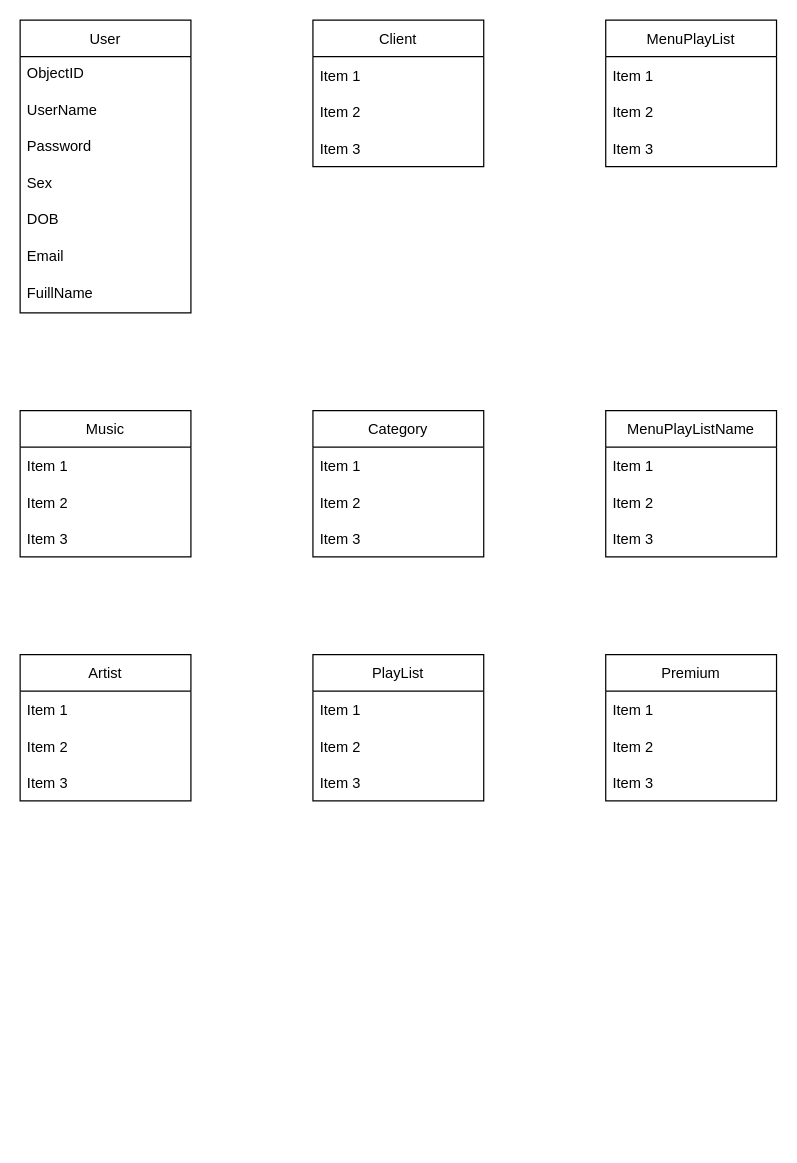
KenDZz1012/LKShop-NgonNguKichBan keeps this draw.io diagram as database.drawio. Above is the earlier version. Source tidied: cells renumbered, new cells numbered last; positions are measured from the earlier drawing's top-left corner, leaving out a move shared by most shapes. Both pictures are drawn from the tidied source at 122%, with x=0, y=0 at pixel (20, 20).
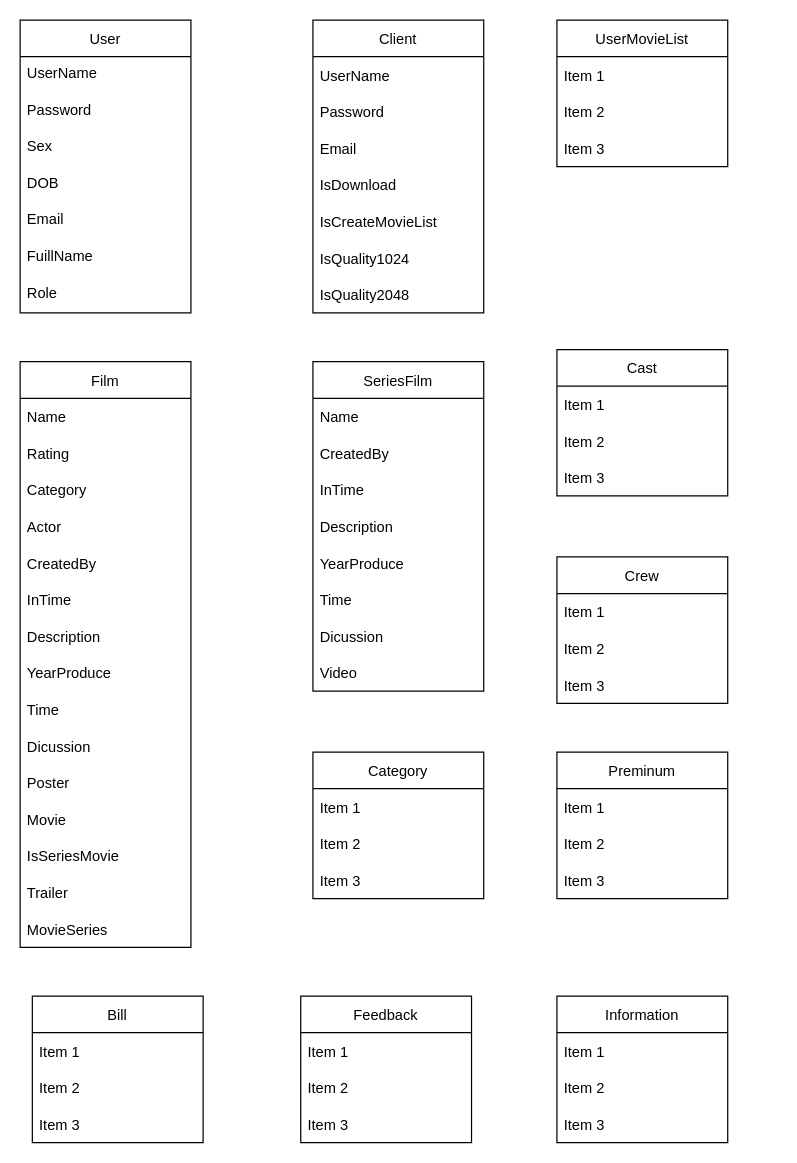
The same diagram, later.

The change refers to these unchanged cells:
```xml
<mxCell id="2" value="User" style="swimlane;fontStyle=0;horizontal=1;startSize=30;" parent="1" vertex="1">
  <mxGeometry width="140" height="240" as="geometry" />
</mxCell>
```

Change to the diagram source:
```diff
@@
-    <mxCell id="3" value="ObjectID" style="text;strokeColor=none;fillColor=none;align=left;verticalAlign=top;spacingLeft=4;spacingRight=4;overflow=hidden;" parent="2" vertex="1">
-      <mxGeometry y="30" width="140" height="30" as="geometry" />
-    </mxCell>
     <mxCell id="4" value="UserName" style="text;strokeColor=none;fillColor=none;align=left;verticalAlign=top;spacingLeft=4;spacingRight=4;overflow=hidden;" parent="2" vertex="1">
-      <mxGeometry y="60" width="140" height="30" as="geometry" />
+      <mxGeometry y="30" width="140" height="30" as="geometry" />
     </mxCell>
     <mxCell id="5" value="Password&#10;" style="text;strokeColor=none;fillColor=none;align=left;verticalAlign=top;spacingLeft=4;spacingRight=4;overflow=hidden;" parent="2" vertex="1">
-      <mxGeometry y="90" width="140" height="30" as="geometry" />
+      <mxGeometry y="60" width="140" height="30" as="geometry" />
     </mxCell>
     <mxCell id="6" value="Sex" style="text;strokeColor=none;fillColor=none;align=left;verticalAlign=top;spacingLeft=4;spacingRight=4;overflow=hidden;" parent="2" vertex="1">
-      <mxGeometry y="120" width="140" height="30" as="geometry" />
+      <mxGeometry y="90" width="140" height="30" as="geometry" />
     </mxCell>
     <mxCell id="7" value="DOB&#10;" style="text;strokeColor=none;fillColor=none;align=left;verticalAlign=top;spacingLeft=4;spacingRight=4;overflow=hidden;" parent="2" vertex="1">
-      <mxGeometry y="150" width="140" height="30" as="geometry" />
+      <mxGeometry y="120" width="140" height="30" as="geometry" />
     </mxCell>
     <mxCell id="8" value="Email&#10;" style="text;strokeColor=none;fillColor=none;align=left;verticalAlign=top;spacingLeft=4;spacingRight=4;overflow=hidden;" parent="2" vertex="1">
-      <mxGeometry y="180" width="140" height="30" as="geometry" />
+      <mxGeometry y="150" width="140" height="30" as="geometry" />
     </mxCell>
     <mxCell id="9" value="FuillName" style="text;strokeColor=none;fillColor=none;align=left;verticalAlign=top;spacingLeft=4;spacingRight=4;overflow=hidden;" parent="2" vertex="1">
-      <mxGeometry y="210" width="140" height="30" as="geometry" />
+      <mxGeometry y="180" width="140" height="30" as="geometry" />
     </mxCell>
+    <mxCell id="42" value="Role" style="text;strokeColor=none;fillColor=none;align=left;verticalAlign=top;spacingLeft=4;spacingRight=4;overflow=hidden;" parent="2" vertex="1">
+      <mxGeometry y="210" width="140" height="30" as="geometry" />
+    </mxCell>
-    <mxCell id="10" value="Music" style="swimlane;fontStyle=0;horizontal=1;startSize=30;" parent="1" vertex="1">
-      <mxGeometry y="320" width="140" height="120" as="geometry" />
+    <mxCell id="10" value="Film" style="swimlane;fontStyle=0;horizontal=1;startSize=30;" parent="1" vertex="1">
+      <mxGeometry y="280" width="140" height="480" as="geometry" />
     </mxCell>
-    <mxCell id="11" value="Item 1" style="text;strokeColor=none;fillColor=none;align=left;verticalAlign=middle;spacingLeft=4;spacingRight=4;overflow=hidden;" parent="10" vertex="1">
+    <mxCell id="11" value="Name" style="text;strokeColor=none;fillColor=none;align=left;verticalAlign=middle;spacingLeft=4;spacingRight=4;overflow=hidden;" parent="10" vertex="1">
       <mxGeometry y="30" width="140" height="30" as="geometry" />
     </mxCell>
-    <mxCell id="12" value="Item 2" style="text;strokeColor=none;fillColor=none;align=left;verticalAlign=middle;spacingLeft=4;spacingRight=4;overflow=hidden;" parent="10" vertex="1">
+    <mxCell id="12" value="Rating" style="text;strokeColor=none;fillColor=none;align=left;verticalAlign=middle;spacingLeft=4;spacingRight=4;overflow=hidden;" parent="10" vertex="1">
       <mxGeometry y="60" width="140" height="30" as="geometry" />
     </mxCell>
-    <mxCell id="13" value="Item 3" style="text;strokeColor=none;fillColor=none;align=left;verticalAlign=middle;spacingLeft=4;spacingRight=4;overflow=hidden;" parent="10" vertex="1">
+    <mxCell id="13" value="Category" style="text;strokeColor=none;fillColor=none;align=left;verticalAlign=middle;spacingLeft=4;spacingRight=4;overflow=hidden;" parent="10" vertex="1">
       <mxGeometry y="90" width="140" height="30" as="geometry" />
     </mxCell>
+    <mxCell id="43" value="Actor" style="text;strokeColor=none;fillColor=none;align=left;verticalAlign=middle;spacingLeft=4;spacingRight=4;overflow=hidden;" parent="10" vertex="1">
+      <mxGeometry y="120" width="140" height="30" as="geometry" />
+    </mxCell>
+    <mxCell id="44" value="CreatedBy" style="text;strokeColor=none;fillColor=none;align=left;verticalAlign=middle;spacingLeft=4;spacingRight=4;overflow=hidden;" parent="10" vertex="1">
+      <mxGeometry y="150" width="140" height="30" as="geometry" />
+    </mxCell>
+    <mxCell id="45" value="InTime" style="text;strokeColor=none;fillColor=none;align=left;verticalAlign=middle;spacingLeft=4;spacingRight=4;overflow=hidden;" parent="10" vertex="1">
+      <mxGeometry y="180" width="140" height="30" as="geometry" />
+    </mxCell>
+    <mxCell id="46" value="Description" style="text;strokeColor=none;fillColor=none;align=left;verticalAlign=middle;spacingLeft=4;spacingRight=4;overflow=hidden;" parent="10" vertex="1">
+      <mxGeometry y="210" width="140" height="30" as="geometry" />
+    </mxCell>
+    <mxCell id="47" value="YearProduce" style="text;strokeColor=none;fillColor=none;align=left;verticalAlign=middle;spacingLeft=4;spacingRight=4;overflow=hidden;" parent="10" vertex="1">
+      <mxGeometry y="240" width="140" height="30" as="geometry" />
+    </mxCell>
+    <mxCell id="48" value="Time" style="text;strokeColor=none;fillColor=none;align=left;verticalAlign=middle;spacingLeft=4;spacingRight=4;overflow=hidden;" parent="10" vertex="1">
+      <mxGeometry y="270" width="140" height="30" as="geometry" />
+    </mxCell>
+    <mxCell id="49" value="Dicussion" style="text;strokeColor=none;fillColor=none;align=left;verticalAlign=middle;spacingLeft=4;spacingRight=4;overflow=hidden;" parent="10" vertex="1">
+      <mxGeometry y="300" width="140" height="30" as="geometry" />
+    </mxCell>
+    <mxCell id="50" value="Poster" style="text;strokeColor=none;fillColor=none;align=left;verticalAlign=middle;spacingLeft=4;spacingRight=4;overflow=hidden;" parent="10" vertex="1">
+      <mxGeometry y="330" width="140" height="30" as="geometry" />
+    </mxCell>
+    <mxCell id="51" value="Movie" style="text;strokeColor=none;fillColor=none;align=left;verticalAlign=middle;spacingLeft=4;spacingRight=4;overflow=hidden;" parent="10" vertex="1">
+      <mxGeometry y="360" width="140" height="30" as="geometry" />
+    </mxCell>
+    <mxCell id="52" value="IsSeriesMovie" style="text;strokeColor=none;fillColor=none;align=left;verticalAlign=middle;spacingLeft=4;spacingRight=4;overflow=hidden;" parent="10" vertex="1">
+      <mxGeometry y="390" width="140" height="30" as="geometry" />
+    </mxCell>
+    <mxCell id="53" value="Trailer" style="text;strokeColor=none;fillColor=none;align=left;verticalAlign=middle;spacingLeft=4;spacingRight=4;overflow=hidden;" parent="10" vertex="1">
+      <mxGeometry y="420" width="140" height="30" as="geometry" />
+    </mxCell>
+    <mxCell id="54" value="MovieSeries" style="text;strokeColor=none;fillColor=none;align=left;verticalAlign=middle;spacingLeft=4;spacingRight=4;overflow=hidden;" parent="10" vertex="1">
+      <mxGeometry y="450" width="140" height="30" as="geometry" />
+    </mxCell>
-    <mxCell id="14" value="Artist" style="swimlane;fontStyle=0;horizontal=1;startSize=30;" parent="1" vertex="1">
-      <mxGeometry y="520" width="140" height="120" as="geometry" />
+    <mxCell id="14" value="Cast" style="swimlane;fontStyle=0;horizontal=1;startSize=30;" parent="1" vertex="1">
+      <mxGeometry x="440" y="270" width="140" height="120" as="geometry" />
     </mxCell>
@@
     <mxCell id="18" value="Client" style="swimlane;fontStyle=0;horizontal=1;startSize=30;" parent="1" vertex="1">
-      <mxGeometry x="240" width="140" height="120" as="geometry" />
+      <mxGeometry x="240" width="140" height="240" as="geometry" />
     </mxCell>
-    <mxCell id="19" value="Item 1" style="text;strokeColor=none;fillColor=none;align=left;verticalAlign=middle;spacingLeft=4;spacingRight=4;overflow=hidden;" parent="18" vertex="1">
+    <mxCell id="19" value="UserName" style="text;strokeColor=none;fillColor=none;align=left;verticalAlign=middle;spacingLeft=4;spacingRight=4;overflow=hidden;" parent="18" vertex="1">
       <mxGeometry y="30" width="140" height="30" as="geometry" />
     </mxCell>
-    <mxCell id="20" value="Item 2" style="text;strokeColor=none;fillColor=none;align=left;verticalAlign=middle;spacingLeft=4;spacingRight=4;overflow=hidden;" parent="18" vertex="1">
+    <mxCell id="20" value="Password" style="text;strokeColor=none;fillColor=none;align=left;verticalAlign=middle;spacingLeft=4;spacingRight=4;overflow=hidden;" parent="18" vertex="1">
       <mxGeometry y="60" width="140" height="30" as="geometry" />
     </mxCell>
-    <mxCell id="21" value="Item 3" style="text;strokeColor=none;fillColor=none;align=left;verticalAlign=middle;spacingLeft=4;spacingRight=4;overflow=hidden;" parent="18" vertex="1">
+    <mxCell id="21" value="Email" style="text;strokeColor=none;fillColor=none;align=left;verticalAlign=middle;spacingLeft=4;spacingRight=4;overflow=hidden;" parent="18" vertex="1">
       <mxGeometry y="90" width="140" height="30" as="geometry" />
     </mxCell>
+    <mxCell id="55" value="IsDownload" style="text;strokeColor=none;fillColor=none;align=left;verticalAlign=middle;spacingLeft=4;spacingRight=4;overflow=hidden;" parent="18" vertex="1">
+      <mxGeometry y="120" width="140" height="30" as="geometry" />
+    </mxCell>
+    <mxCell id="56" value="IsCreateMovieList" style="text;strokeColor=none;fillColor=none;align=left;verticalAlign=middle;spacingLeft=4;spacingRight=4;overflow=hidden;" parent="18" vertex="1">
+      <mxGeometry y="150" width="140" height="30" as="geometry" />
+    </mxCell>
+    <mxCell id="57" value="IsQuality1024" style="text;strokeColor=none;fillColor=none;align=left;verticalAlign=middle;spacingLeft=4;spacingRight=4;overflow=hidden;" parent="18" vertex="1">
+      <mxGeometry y="180" width="140" height="30" as="geometry" />
+    </mxCell>
+    <mxCell id="58" value="IsQuality2048" style="text;strokeColor=none;fillColor=none;align=left;verticalAlign=middle;spacingLeft=4;spacingRight=4;overflow=hidden;" parent="18" vertex="1">
+      <mxGeometry y="210" width="140" height="30" as="geometry" />
+    </mxCell>
     <mxCell id="22" value="Category" style="swimlane;fontStyle=0;horizontal=1;startSize=30;" parent="1" vertex="1">
-      <mxGeometry x="240" y="320" width="140" height="120" as="geometry" />
+      <mxGeometry x="240" y="600" width="140" height="120" as="geometry" />
     </mxCell>
@@
-    <mxCell id="26" value="PlayList" style="swimlane;fontStyle=0;horizontal=1;startSize=30;" parent="1" vertex="1">
-      <mxGeometry x="240" y="520" width="140" height="120" as="geometry" />
+    <mxCell id="26" value="UserMovieList" style="swimlane;fontStyle=0;horizontal=1;startSize=30;" parent="1" vertex="1">
+      <mxGeometry x="440" width="140" height="120" as="geometry" />
     </mxCell>
@@
-    <mxCell id="30" value="MenuPlayList" style="swimlane;fontStyle=0;horizontal=1;startSize=30;" parent="1" vertex="1">
-      <mxGeometry x="480" width="140" height="120" as="geometry" />
-    </mxCell>
-    <mxCell id="31" value="Item 1" style="text;strokeColor=none;fillColor=none;align=left;verticalAlign=middle;spacingLeft=4;spacingRight=4;overflow=hidden;" parent="30" vertex="1">
-      <mxGeometry y="30" width="140" height="30" as="geometry" />
-    </mxCell>
-    <mxCell id="32" value="Item 2" style="text;strokeColor=none;fillColor=none;align=left;verticalAlign=middle;spacingLeft=4;spacingRight=4;overflow=hidden;" parent="30" vertex="1">
-      <mxGeometry y="60" width="140" height="30" as="geometry" />
-    </mxCell>
-    <mxCell id="33" value="Item 3" style="text;strokeColor=none;fillColor=none;align=left;verticalAlign=middle;spacingLeft=4;spacingRight=4;overflow=hidden;" parent="30" vertex="1">
-      <mxGeometry y="90" width="140" height="30" as="geometry" />
-    </mxCell>
-    <mxCell id="34" value="MenuPlayListName" style="swimlane;fontStyle=0;horizontal=1;startSize=30;" parent="1" vertex="1">
-      <mxGeometry x="480" y="320" width="140" height="120" as="geometry" />
-    </mxCell>
-    <mxCell id="35" value="Item 1" style="text;strokeColor=none;fillColor=none;align=left;verticalAlign=middle;spacingLeft=4;spacingRight=4;overflow=hidden;" parent="34" vertex="1">
-      <mxGeometry y="30" width="140" height="30" as="geometry" />
-    </mxCell>
-    <mxCell id="36" value="Item 2" style="text;strokeColor=none;fillColor=none;align=left;verticalAlign=middle;spacingLeft=4;spacingRight=4;overflow=hidden;" parent="34" vertex="1">
-      <mxGeometry y="60" width="140" height="30" as="geometry" />
-    </mxCell>
-    <mxCell id="37" value="Item 3" style="text;strokeColor=none;fillColor=none;align=left;verticalAlign=middle;spacingLeft=4;spacingRight=4;overflow=hidden;" parent="34" vertex="1">
-      <mxGeometry y="90" width="140" height="30" as="geometry" />
-    </mxCell>
-    <mxCell id="38" value="Premium" style="swimlane;fontStyle=0;horizontal=1;startSize=30;" parent="1" vertex="1">
-      <mxGeometry x="480" y="520" width="140" height="120" as="geometry" />
+    <mxCell id="38" value="Preminum" style="swimlane;fontStyle=0;horizontal=1;startSize=30;" parent="1" vertex="1">
+      <mxGeometry x="440" y="600" width="140" height="120" as="geometry" />
     </mxCell>
@@
+    <mxCell id="59" value="Bill" style="swimlane;fontStyle=0;horizontal=1;startSize=30;" parent="1" vertex="1">
+      <mxGeometry x="10" y="800" width="140" height="120" as="geometry" />
+    </mxCell>
+    <mxCell id="60" value="Item 1" style="text;strokeColor=none;fillColor=none;align=left;verticalAlign=middle;spacingLeft=4;spacingRight=4;overflow=hidden;" parent="59" vertex="1">
+      <mxGeometry y="30" width="140" height="30" as="geometry" />
+    </mxCell>
+    <mxCell id="61" value="Item 2" style="text;strokeColor=none;fillColor=none;align=left;verticalAlign=middle;spacingLeft=4;spacingRight=4;overflow=hidden;" parent="59" vertex="1">
+      <mxGeometry y="60" width="140" height="30" as="geometry" />
+    </mxCell>
+    <mxCell id="62" value="Item 3" style="text;strokeColor=none;fillColor=none;align=left;verticalAlign=middle;spacingLeft=4;spacingRight=4;overflow=hidden;" parent="59" vertex="1">
+      <mxGeometry y="90" width="140" height="30" as="geometry" />
+    </mxCell>
+    <mxCell id="63" value="Feedback" style="swimlane;fontStyle=0;horizontal=1;startSize=30;" parent="1" vertex="1">
+      <mxGeometry x="230" y="800" width="140" height="120" as="geometry" />
+    </mxCell>
+    <mxCell id="64" value="Item 1" style="text;strokeColor=none;fillColor=none;align=left;verticalAlign=middle;spacingLeft=4;spacingRight=4;overflow=hidden;" parent="63" vertex="1">
+      <mxGeometry y="30" width="140" height="30" as="geometry" />
+    </mxCell>
+    <mxCell id="65" value="Item 2" style="text;strokeColor=none;fillColor=none;align=left;verticalAlign=middle;spacingLeft=4;spacingRight=4;overflow=hidden;" parent="63" vertex="1">
+      <mxGeometry y="60" width="140" height="30" as="geometry" />
+    </mxCell>
+    <mxCell id="66" value="Item 3" style="text;strokeColor=none;fillColor=none;align=left;verticalAlign=middle;spacingLeft=4;spacingRight=4;overflow=hidden;" parent="63" vertex="1">
+      <mxGeometry y="90" width="140" height="30" as="geometry" />
+    </mxCell>
+    <mxCell id="67" value="Crew" style="swimlane;fontStyle=0;horizontal=1;startSize=30;" parent="1" vertex="1">
+      <mxGeometry x="440" y="440" width="140" height="120" as="geometry" />
+    </mxCell>
+    <mxCell id="68" value="Item 1" style="text;strokeColor=none;fillColor=none;align=left;verticalAlign=middle;spacingLeft=4;spacingRight=4;overflow=hidden;" parent="67" vertex="1">
+      <mxGeometry y="30" width="140" height="30" as="geometry" />
+    </mxCell>
+    <mxCell id="69" value="Item 2" style="text;strokeColor=none;fillColor=none;align=left;verticalAlign=middle;spacingLeft=4;spacingRight=4;overflow=hidden;" parent="67" vertex="1">
+      <mxGeometry y="60" width="140" height="30" as="geometry" />
+    </mxCell>
+    <mxCell id="70" value="Item 3" style="text;strokeColor=none;fillColor=none;align=left;verticalAlign=middle;spacingLeft=4;spacingRight=4;overflow=hidden;" parent="67" vertex="1">
+      <mxGeometry y="90" width="140" height="30" as="geometry" />
+    </mxCell>
+    <mxCell id="71" value="SeriesFilm" style="swimlane;fontStyle=0;horizontal=1;startSize=30;" parent="1" vertex="1">
+      <mxGeometry x="240" y="280" width="140" height="270" as="geometry" />
+    </mxCell>
+    <mxCell id="72" value="Name" style="text;strokeColor=none;fillColor=none;align=left;verticalAlign=middle;spacingLeft=4;spacingRight=4;overflow=hidden;" parent="71" vertex="1">
+      <mxGeometry y="30" width="140" height="30" as="geometry" />
+    </mxCell>
+    <mxCell id="73" value="CreatedBy" style="text;strokeColor=none;fillColor=none;align=left;verticalAlign=middle;spacingLeft=4;spacingRight=4;overflow=hidden;" parent="71" vertex="1">
+      <mxGeometry y="60" width="140" height="30" as="geometry" />
+    </mxCell>
+    <mxCell id="74" value="InTime" style="text;strokeColor=none;fillColor=none;align=left;verticalAlign=middle;spacingLeft=4;spacingRight=4;overflow=hidden;" parent="71" vertex="1">
+      <mxGeometry y="90" width="140" height="30" as="geometry" />
+    </mxCell>
+    <mxCell id="75" value="Description" style="text;strokeColor=none;fillColor=none;align=left;verticalAlign=middle;spacingLeft=4;spacingRight=4;overflow=hidden;" parent="71" vertex="1">
+      <mxGeometry y="120" width="140" height="30" as="geometry" />
+    </mxCell>
+    <mxCell id="76" value="YearProduce" style="text;strokeColor=none;fillColor=none;align=left;verticalAlign=middle;spacingLeft=4;spacingRight=4;overflow=hidden;" parent="71" vertex="1">
+      <mxGeometry y="150" width="140" height="30" as="geometry" />
+    </mxCell>
+    <mxCell id="77" value="Time" style="text;strokeColor=none;fillColor=none;align=left;verticalAlign=middle;spacingLeft=4;spacingRight=4;overflow=hidden;" parent="71" vertex="1">
+      <mxGeometry y="180" width="140" height="30" as="geometry" />
+    </mxCell>
+    <mxCell id="78" value="Dicussion" style="text;strokeColor=none;fillColor=none;align=left;verticalAlign=middle;spacingLeft=4;spacingRight=4;overflow=hidden;" parent="71" vertex="1">
+      <mxGeometry y="210" width="140" height="30" as="geometry" />
+    </mxCell>
+    <mxCell id="79" value="Video" style="text;strokeColor=none;fillColor=none;align=left;verticalAlign=middle;spacingLeft=4;spacingRight=4;overflow=hidden;" parent="71" vertex="1">
+      <mxGeometry y="240" width="140" height="30" as="geometry" />
+    </mxCell>
+    <mxCell id="80" value="Information" style="swimlane;fontStyle=0;horizontal=1;startSize=30;" parent="1" vertex="1">
+      <mxGeometry x="440" y="800" width="140" height="120" as="geometry" />
+    </mxCell>
+    <mxCell id="81" value="Item 1" style="text;strokeColor=none;fillColor=none;align=left;verticalAlign=middle;spacingLeft=4;spacingRight=4;overflow=hidden;" parent="80" vertex="1">
+      <mxGeometry y="30" width="140" height="30" as="geometry" />
+    </mxCell>
+    <mxCell id="82" value="Item 2" style="text;strokeColor=none;fillColor=none;align=left;verticalAlign=middle;spacingLeft=4;spacingRight=4;overflow=hidden;" parent="80" vertex="1">
+      <mxGeometry y="60" width="140" height="30" as="geometry" />
+    </mxCell>
+    <mxCell id="83" value="Item 3" style="text;strokeColor=none;fillColor=none;align=left;verticalAlign=middle;spacingLeft=4;spacingRight=4;overflow=hidden;" parent="80" vertex="1">
+      <mxGeometry y="90" width="140" height="30" as="geometry" />
+    </mxCell>
```
